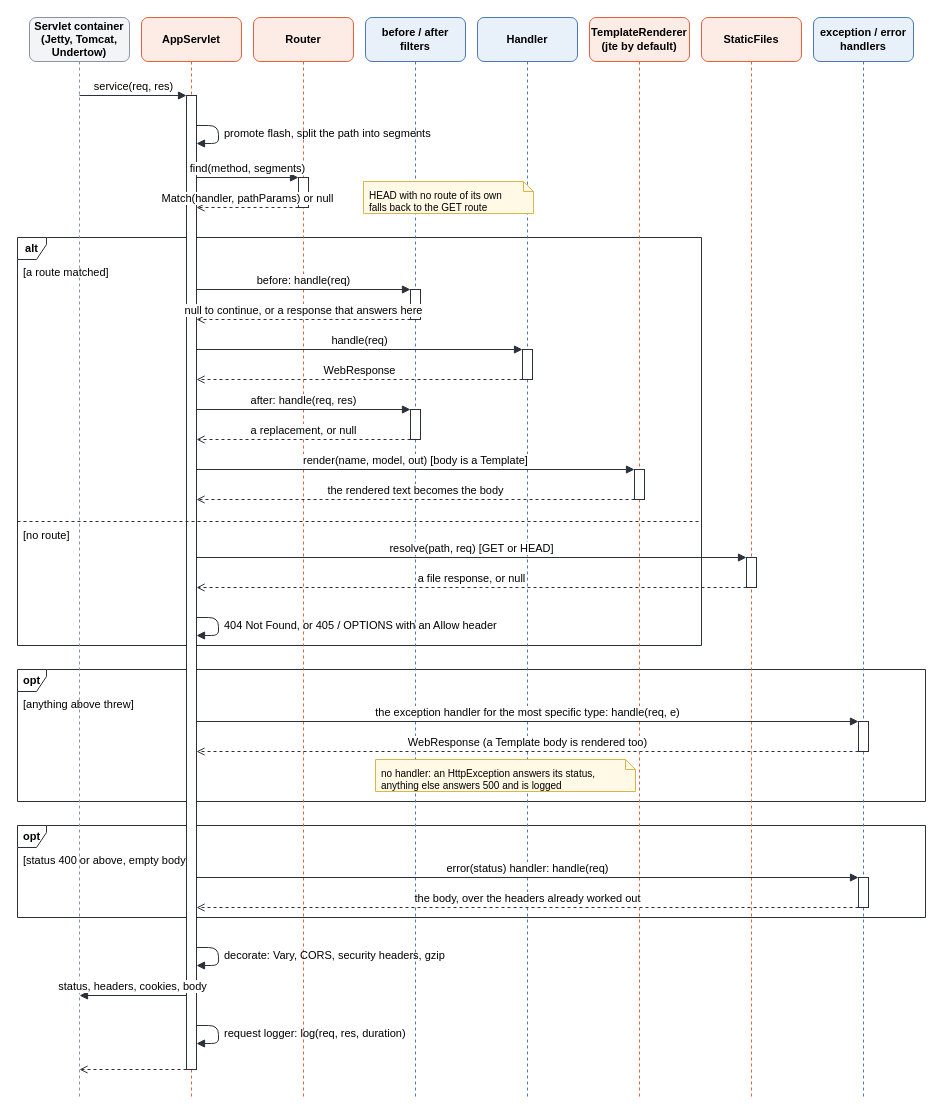
Above: manual/diagrams/request-pipeline.drawio in benelog/spider-silk (draw.io), before the change. Source tidied: cells renumbered, new cells numbered last; positions are measured from the earlier drawing's top-left corner, leaving out a move shared by most shapes. Both pictures are drawn from the tidied source at 100%, with x=0, y=0 at pixel (17, 17).
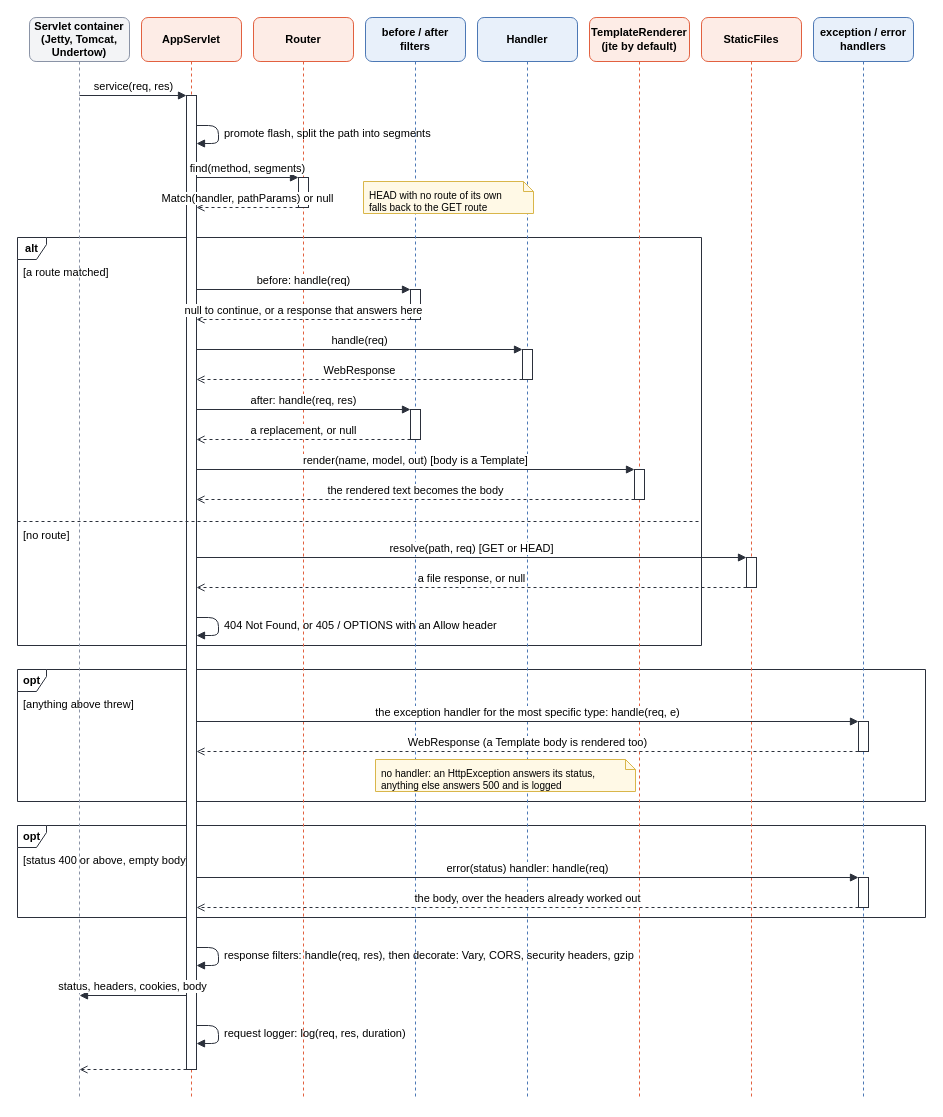
The same diagram, later.

The edit, as a diff of the source:
```diff
@@
-    <mxCell id="51" value="decorate: Vary, CORS, security headers, gzip" style="text;html=1;strokeColor=none;fillColor=none;fontSize=11;fontFamily=Helvetica;align=left;verticalAlign=middle;" parent="1" vertex="1">
-      <mxGeometry x="205" y="929" width="280" height="18" as="geometry" />
+    <mxCell id="51" value="response filters: handle(req, res), then decorate: Vary, CORS, security headers, gzip" style="text;html=1;strokeColor=none;fillColor=none;fontSize=11;fontFamily=Helvetica;align=left;verticalAlign=middle;" parent="1" vertex="1">
+      <mxGeometry x="205" y="929" width="480" height="18" as="geometry" />
     </mxCell>
```
